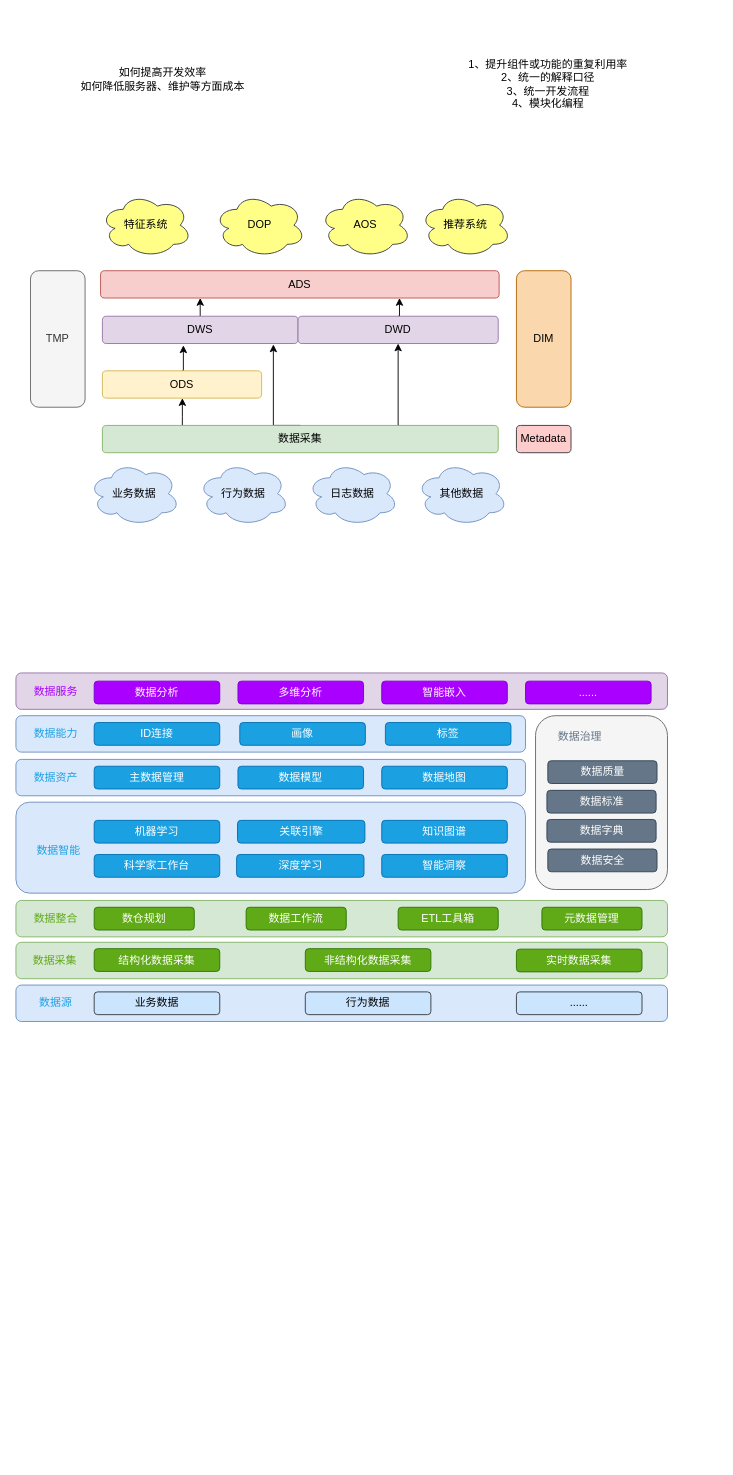
zoeminghong/full-stack keeps this draw.io diagram as page "数据架构" (1 of 8) of big_data/大数据架构.drawio. Above is the earlier version. Source tidied: cells renumbered, new cells numbered last; positions are measured from the earlier drawing's top-left corner, leaving out a move shared by most shapes. Both pictures are drawn from the tidied source at 91%, with x=0, y=0 at pixel (15, 15).
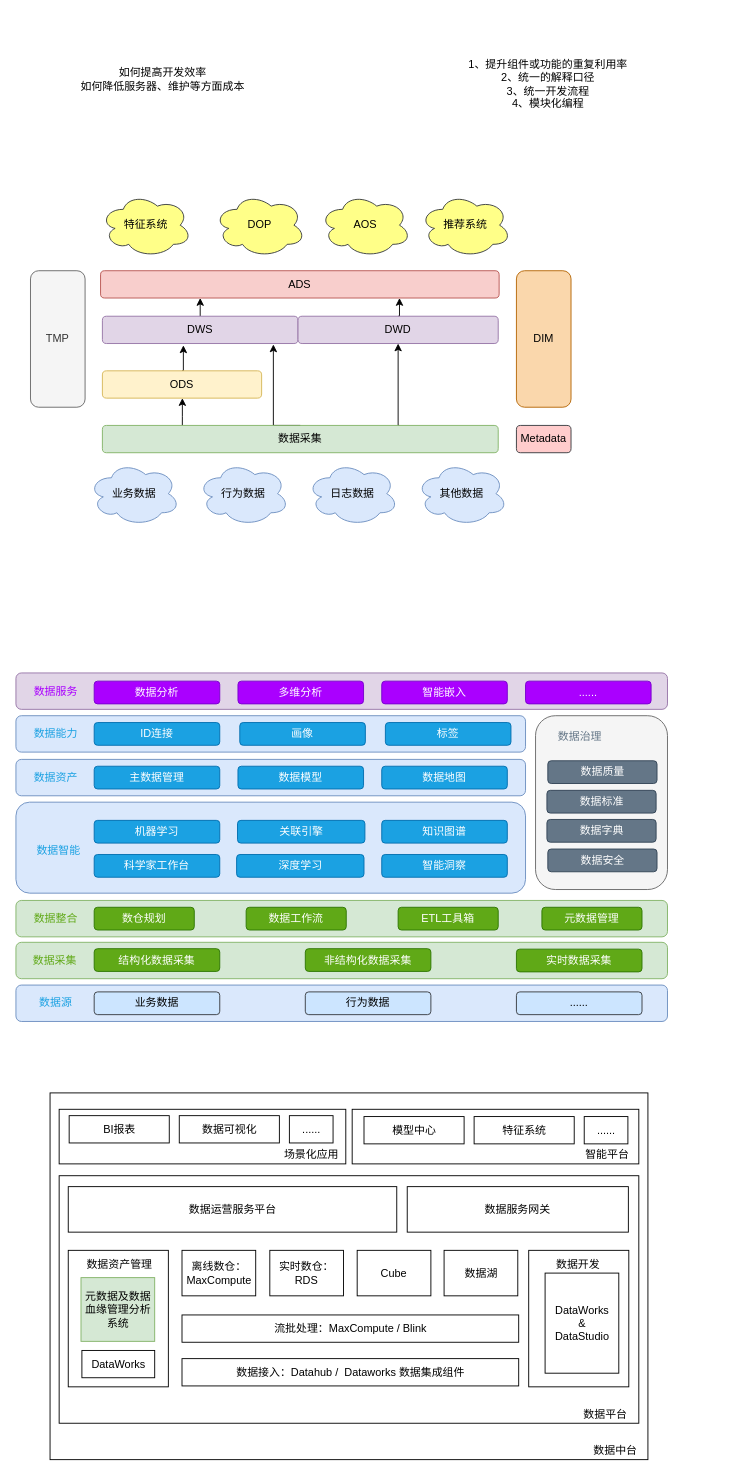
The same page after the edit.

Change to the diagram source:
```diff
@@
+    <mxCell id="72" style="rounded=0;whiteSpace=wrap;html=1;fillColor=none;" parent="1" vertex="1">
+      <mxGeometry x="47.5" y="1274.5" width="637" height="272" as="geometry" />
+    </mxCell>
+    <mxCell id="73" style="rounded=0;whiteSpace=wrap;html=1;fillColor=none;" parent="1" vertex="1">
+      <mxGeometry x="37.5" y="1183.5" width="657" height="403" as="geometry" />
+    </mxCell>
+    <mxCell id="74" style="rounded=0;whiteSpace=wrap;html=1;fillColor=none;" parent="1" vertex="1">
+      <mxGeometry x="369.5" y="1201.5" width="315" height="60" as="geometry" />
+    </mxCell>
+    <mxCell id="75" style="rounded=0;whiteSpace=wrap;html=1;fillColor=none;" parent="1" vertex="1">
+      <mxGeometry x="47.5" y="1201.5" width="315" height="60" as="geometry" />
+    </mxCell>
+    <mxCell id="76" style="rounded=0;whiteSpace=wrap;html=1;fillColor=none;" parent="1" vertex="1">
+      <mxGeometry x="563.5" y="1356.5" width="110" height="150" as="geometry" />
+    </mxCell>
+    <mxCell id="77" style="rounded=0;whiteSpace=wrap;html=1;fillColor=none;" parent="1" vertex="1">
+      <mxGeometry x="57.5" y="1356.5" width="110" height="150" as="geometry" />
+    </mxCell>
@@
+    <mxCell id="78" value="BI报表" style="rounded=0;whiteSpace=wrap;html=1;" parent="1" vertex="1">
+      <mxGeometry x="58.5" y="1208.5" width="110" height="30" as="geometry" />
+    </mxCell>
+    <mxCell id="79" value="数据可视化" style="rounded=0;whiteSpace=wrap;html=1;" parent="1" vertex="1">
+      <mxGeometry x="179.5" y="1208.5" width="110" height="30" as="geometry" />
+    </mxCell>
+    <mxCell id="80" value="......" style="rounded=0;whiteSpace=wrap;html=1;" parent="1" vertex="1">
+      <mxGeometry x="300.5" y="1208.5" width="48" height="30" as="geometry" />
+    </mxCell>
+    <mxCell id="81" value="模型中心" style="rounded=0;whiteSpace=wrap;html=1;" parent="1" vertex="1">
+      <mxGeometry x="382.5" y="1209.5" width="110" height="30" as="geometry" />
+    </mxCell>
+    <mxCell id="82" value="特征系统" style="rounded=0;whiteSpace=wrap;html=1;" parent="1" vertex="1">
+      <mxGeometry x="503.5" y="1209.5" width="110" height="30" as="geometry" />
+    </mxCell>
+    <mxCell id="83" value="......" style="rounded=0;whiteSpace=wrap;html=1;" parent="1" vertex="1">
+      <mxGeometry x="624.5" y="1209.5" width="48" height="30" as="geometry" />
+    </mxCell>
+    <mxCell id="84" value="数据运营服务平台" style="rounded=0;whiteSpace=wrap;html=1;" parent="1" vertex="1">
+      <mxGeometry x="57.5" y="1286.5" width="361" height="50" as="geometry" />
+    </mxCell>
+    <mxCell id="85" value="数据服务网关" style="rounded=0;whiteSpace=wrap;html=1;" parent="1" vertex="1">
+      <mxGeometry x="430" y="1286.5" width="243" height="50" as="geometry" />
+    </mxCell>
+    <mxCell id="86" value="元数据及数据血缘管理分析系统" style="rounded=0;whiteSpace=wrap;html=1;fillColor=#d5e8d4;strokeColor=#82b366;" parent="1" vertex="1">
+      <mxGeometry x="71.5" y="1386.5" width="81" height="70" as="geometry" />
+    </mxCell>
+    <mxCell id="87" value="DataWorks" style="rounded=0;whiteSpace=wrap;html=1;" parent="1" vertex="1">
+      <mxGeometry x="72.5" y="1466.5" width="80" height="30" as="geometry" />
+    </mxCell>
+    <mxCell id="88" value="离线数仓：MaxCompute" style="rounded=0;whiteSpace=wrap;html=1;" parent="1" vertex="1">
+      <mxGeometry x="182.5" y="1356.5" width="81" height="50" as="geometry" />
+    </mxCell>
+    <mxCell id="89" value="实时数仓：RDS" style="rounded=0;whiteSpace=wrap;html=1;" parent="1" vertex="1">
+      <mxGeometry x="279" y="1356.5" width="81" height="50" as="geometry" />
+    </mxCell>
+    <mxCell id="90" value="Cube" style="rounded=0;whiteSpace=wrap;html=1;" parent="1" vertex="1">
+      <mxGeometry x="375" y="1356.5" width="81" height="50" as="geometry" />
+    </mxCell>
+    <mxCell id="91" value="数据湖" style="rounded=0;whiteSpace=wrap;html=1;" parent="1" vertex="1">
+      <mxGeometry x="470.5" y="1356.5" width="81" height="50" as="geometry" />
+    </mxCell>
+    <mxCell id="92" value="DataWorks &lt;br&gt;&amp;amp; &lt;br&gt;DataStudio" style="rounded=0;whiteSpace=wrap;html=1;" parent="1" vertex="1">
+      <mxGeometry x="581.5" y="1381.5" width="81" height="110" as="geometry" />
+    </mxCell>
+    <mxCell id="93" value="流批处理：MaxCompute / Blink" style="rounded=0;whiteSpace=wrap;html=1;" parent="1" vertex="1">
+      <mxGeometry x="182.5" y="1427.5" width="370" height="30" as="geometry" />
+    </mxCell>
+    <mxCell id="94" value="数据接入：Datahub /&amp;nbsp; Dataworks 数据集成组件" style="rounded=0;whiteSpace=wrap;html=1;" parent="1" vertex="1">
+      <mxGeometry x="182.5" y="1475.5" width="370" height="30" as="geometry" />
+    </mxCell>
+    <mxCell id="95" value="数据资产管理" style="text;html=1;align=left;verticalAlign=top;spacingTop=-4;" parent="1" vertex="1">
+      <mxGeometry x="75.5" y="1361.5" width="90" height="20" as="geometry" />
+    </mxCell>
+    <mxCell id="96" value="数据开发" style="text;html=1;align=left;verticalAlign=top;spacingTop=-4;" parent="1" vertex="1">
+      <mxGeometry x="591.5" y="1361.5" width="60" height="20" as="geometry" />
+    </mxCell>
+    <mxCell id="97" value="数据平台" style="text;html=1;align=left;verticalAlign=top;spacingTop=-4;" parent="1" vertex="1">
+      <mxGeometry x="622" y="1526.5" width="60" height="20" as="geometry" />
+    </mxCell>
+    <mxCell id="98" value="场景化应用" style="text;html=1;align=left;verticalAlign=top;spacingTop=-4;" parent="1" vertex="1">
+      <mxGeometry x="292.5" y="1241.5" width="80" height="20" as="geometry" />
+    </mxCell>
+    <mxCell id="99" value="智能平台" style="text;html=1;align=left;verticalAlign=top;spacingTop=-4;" parent="1" vertex="1">
+      <mxGeometry x="623.5" y="1241.5" width="60" height="20" as="geometry" />
+    </mxCell>
+    <mxCell id="100" value="数据中台" style="text;html=1;align=left;verticalAlign=top;spacingTop=-4;" parent="1" vertex="1">
+      <mxGeometry x="632.5" y="1566.5" width="60" height="20" as="geometry" />
+    </mxCell>
```
